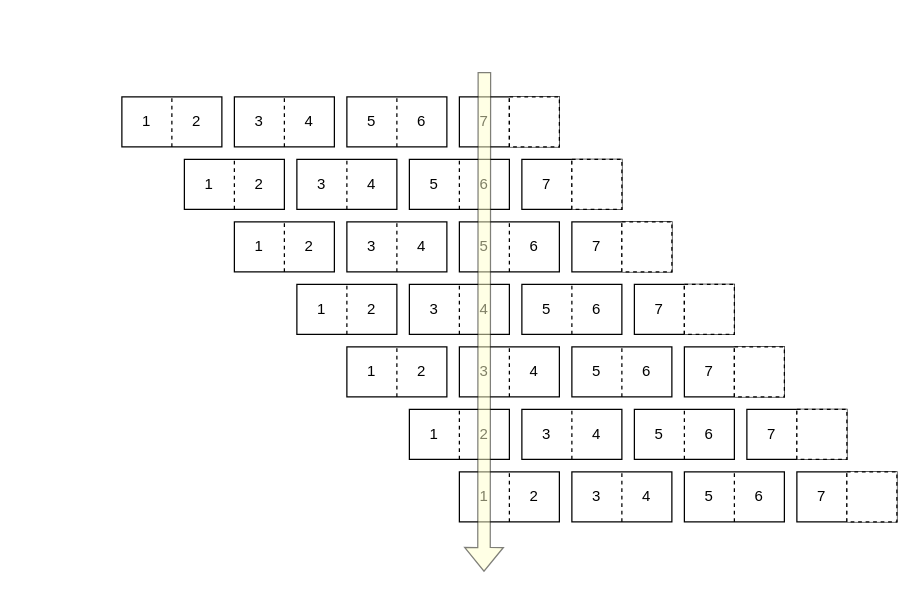
This is Diagram bez tytułu.drawio from mmiklas/diagrams, a draw.io file, before an edit. Source tidied: cells renumbered, new cells numbered last; positions are measured from the earlier drawing's top-left corner, leaving out a move shared by most shapes. Both pictures are drawn from the tidied source at 125%, with x=0, y=0 at pixel (121, 71).
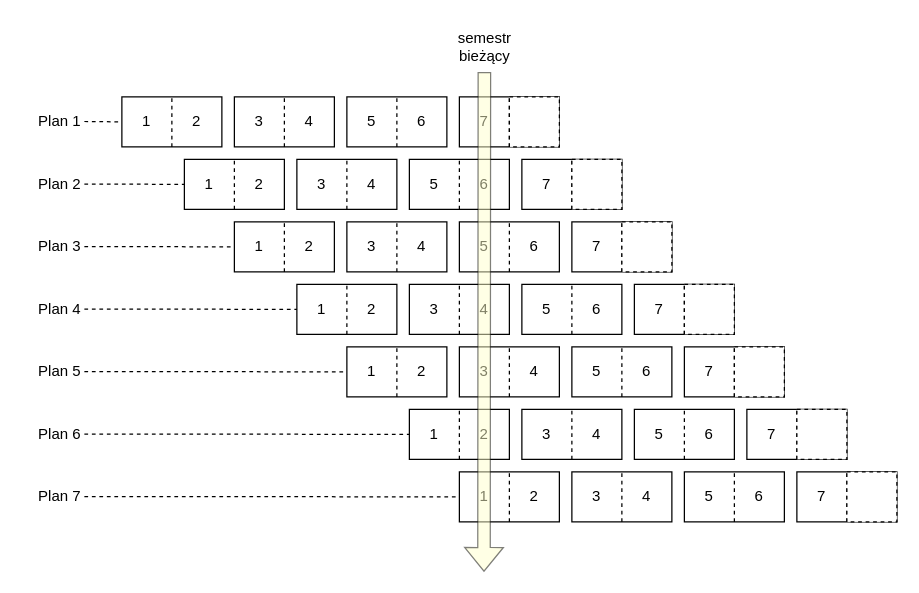
The same page after the edit.

Unchanged cells that the change refers to:
```xml
<mxCell id="6" value="1" style="text;strokeColor=none;align=center;fillColor=none;html=1;verticalAlign=middle;whiteSpace=wrap;rounded=0;" parent="3" vertex="1">
  <mxGeometry width="40" height="40" as="geometry" />
</mxCell>
<mxCell id="27" value="1" style="text;strokeColor=none;align=center;fillColor=none;html=1;verticalAlign=middle;whiteSpace=wrap;rounded=0;" parent="24" vertex="1">
  <mxGeometry width="40" height="40" as="geometry" />
</mxCell>
<mxCell id="48" value="1" style="text;strokeColor=none;align=center;fillColor=none;html=1;verticalAlign=middle;whiteSpace=wrap;rounded=0;" parent="45" vertex="1">
  <mxGeometry width="40" height="40" as="geometry" />
</mxCell>
<mxCell id="66" style="group;" parent="65" vertex="1">
  <mxGeometry width="80" height="40" as="geometry" />
</mxCell>
<mxCell id="90" value="1" style="text;strokeColor=none;align=center;fillColor=none;html=1;verticalAlign=middle;whiteSpace=wrap;rounded=0;" parent="87" vertex="1">
  <mxGeometry width="40" height="40" as="geometry" />
</mxCell>
<mxCell id="111" value="1" style="text;strokeColor=none;align=center;fillColor=none;html=1;verticalAlign=middle;whiteSpace=wrap;rounded=0;" parent="108" vertex="1">
  <mxGeometry width="40" height="40" as="geometry" />
</mxCell>
<mxCell id="132" value="1" style="text;strokeColor=none;align=center;fillColor=none;html=1;verticalAlign=middle;whiteSpace=wrap;rounded=0;" parent="129" vertex="1">
  <mxGeometry width="40" height="40" as="geometry" />
</mxCell>
```

The edit, as a diff of the source:
```diff
@@
+    <mxCell id="150" value="Plan 1" style="text;html=1;align=center;verticalAlign=middle;strokeColor=none;fillColor=none;" parent="1" vertex="1">
+      <mxGeometry x="-80" y="25" width="60" height="30" as="geometry" />
+    </mxCell>
@@
+    <mxCell id="151" style="endArrow=none;dashed=1;html=1;rounded=0;" parent="66" edge="1">
+      <mxGeometry relative="1" as="geometry">
+        <mxPoint x="-30" y="19.7" as="sourcePoint" />
+        <mxPoint y="20" as="targetPoint" />
+      </mxGeometry>
+    </mxCell>
@@
+    <mxCell id="152" value="Plan 2" style="text;html=1;align=center;verticalAlign=middle;strokeColor=none;fillColor=none;" parent="1" vertex="1">
+      <mxGeometry x="-80" y="75" width="60" height="30" as="geometry" />
+    </mxCell>
+    <mxCell id="153" value="Plan 3" style="text;html=1;align=center;verticalAlign=middle;strokeColor=none;fillColor=none;" parent="1" vertex="1">
+      <mxGeometry x="-80" y="125" width="60" height="30" as="geometry" />
+    </mxCell>
+    <mxCell id="154" value="semestr&lt;br&gt;bieżący" style="text;html=1;align=center;verticalAlign=middle;strokeColor=none;fillColor=none;" parent="1" vertex="1">
+      <mxGeometry x="255" y="-40" width="70" height="40" as="geometry" />
+    </mxCell>
+    <mxCell id="155" style="endArrow=none;dashed=1;html=1;rounded=0;entryX=0;entryY=0.5;entryDx=0;entryDy=0;" parent="1" edge="1" target="90">
+      <mxGeometry relative="1" as="geometry">
+        <mxPoint x="-30" y="89.7" as="sourcePoint" />
+      </mxGeometry>
+    </mxCell>
+    <mxCell id="156" style="endArrow=none;dashed=1;html=1;rounded=0;entryX=0;entryY=0.5;entryDx=0;entryDy=0;" parent="1" edge="1" target="111">
+      <mxGeometry relative="1" as="geometry">
+        <mxPoint x="-30" y="139.7" as="sourcePoint" />
+      </mxGeometry>
+    </mxCell>
+    <mxCell id="157" value="Plan 4" style="text;html=1;align=center;verticalAlign=middle;strokeColor=none;fillColor=none;" parent="1" vertex="1">
+      <mxGeometry x="-80" y="175" width="60" height="30" as="geometry" />
+    </mxCell>
+    <mxCell id="158" style="endArrow=none;dashed=1;html=1;rounded=0;entryX=0;entryY=0.5;entryDx=0;entryDy=0;" parent="1" edge="1" target="132">
+      <mxGeometry relative="1" as="geometry">
+        <mxPoint x="-30" y="189.7" as="sourcePoint" />
+      </mxGeometry>
+    </mxCell>
+    <mxCell id="159" value="Plan 5" style="text;html=1;align=center;verticalAlign=middle;strokeColor=none;fillColor=none;" parent="1" vertex="1">
+      <mxGeometry x="-80" y="225" width="60" height="30" as="geometry" />
+    </mxCell>
+    <mxCell id="160" style="endArrow=none;dashed=1;html=1;rounded=0;entryX=0;entryY=0.5;entryDx=0;entryDy=0;" parent="1" edge="1" target="48">
+      <mxGeometry relative="1" as="geometry">
+        <mxPoint x="-30" y="239.7" as="sourcePoint" />
+      </mxGeometry>
+    </mxCell>
+    <mxCell id="161" value="Plan 6" style="text;html=1;align=center;verticalAlign=middle;strokeColor=none;fillColor=none;" parent="1" vertex="1">
+      <mxGeometry x="-80" y="275" width="60" height="30" as="geometry" />
+    </mxCell>
+    <mxCell id="162" style="endArrow=none;dashed=1;html=1;rounded=0;entryX=0;entryY=0.5;entryDx=0;entryDy=0;" parent="1" edge="1" target="27">
+      <mxGeometry relative="1" as="geometry">
+        <mxPoint x="-30" y="289.7" as="sourcePoint" />
+      </mxGeometry>
+    </mxCell>
+    <mxCell id="163" value="Plan 7" style="text;html=1;align=center;verticalAlign=middle;strokeColor=none;fillColor=none;" parent="1" vertex="1">
+      <mxGeometry x="-80" y="325" width="60" height="30" as="geometry" />
+    </mxCell>
+    <mxCell id="164" style="endArrow=none;dashed=1;html=1;rounded=0;entryX=0;entryY=0.5;entryDx=0;entryDy=0;" parent="1" edge="1" target="6">
+      <mxGeometry relative="1" as="geometry">
+        <mxPoint x="-30" y="339.7" as="sourcePoint" />
+      </mxGeometry>
+    </mxCell>
```
